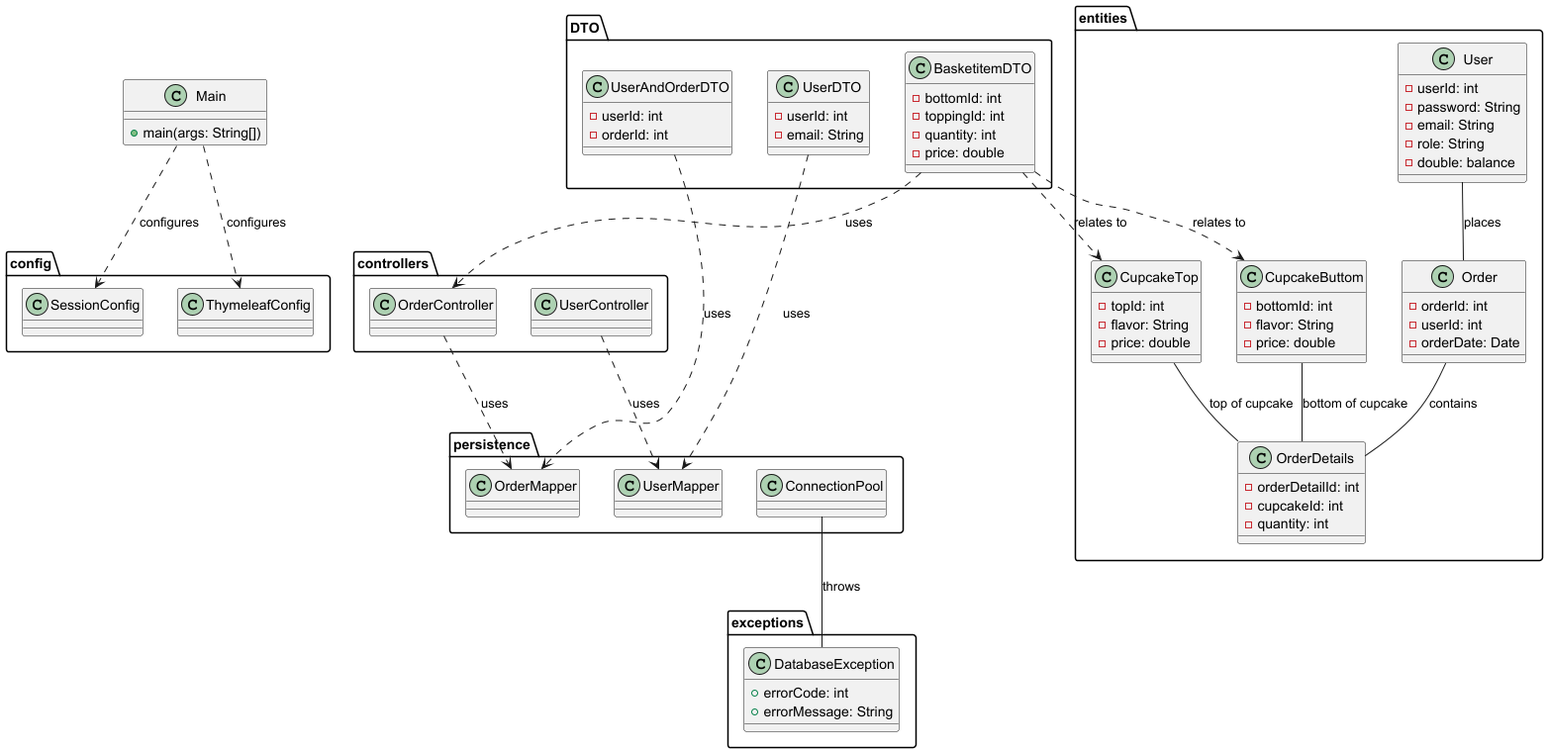
This is src/main/java/PlantUML/DomainDiagram.png from Mikkel-ao/Cupcake, a PlantUML export, as it was before one commit.
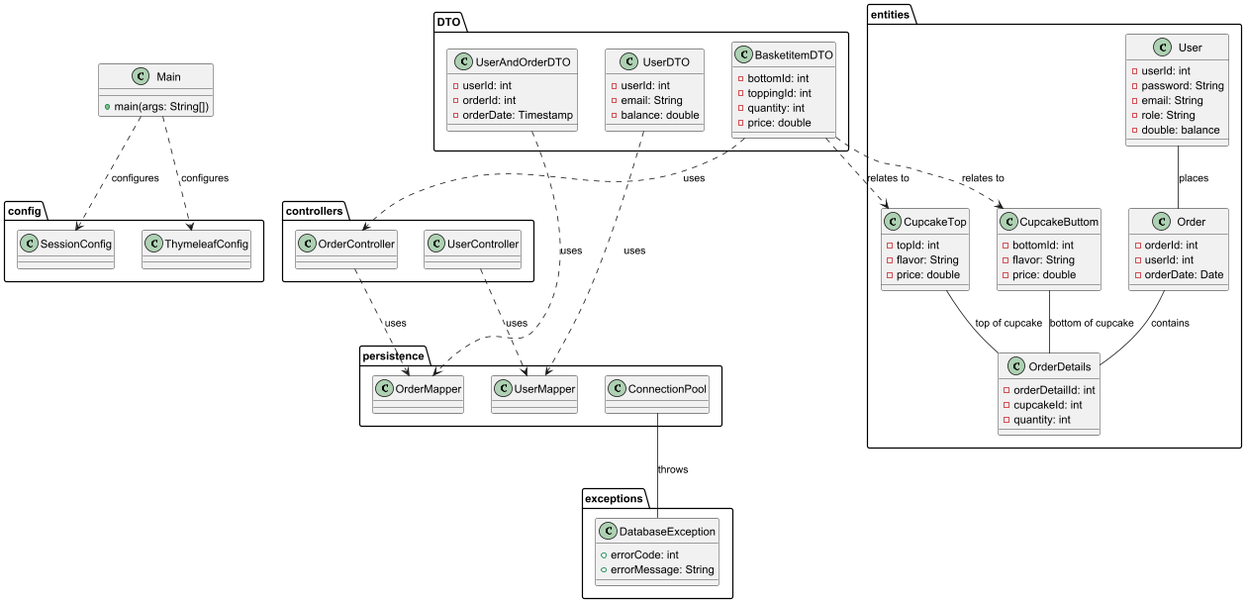
Later version of the same file.

Commit message:
maded small ajustments to domain diagram

Diff of the diagram source:
```diff
@@ -23,10 +23,12 @@
     class UserAndOrderDTO {
         - userId: int
         - orderId: int
+        - orderDate: Timestamp
     }
     class UserDTO {
         - userId: int
         - email: String
+        - balance: double
     }
 }
 
```
